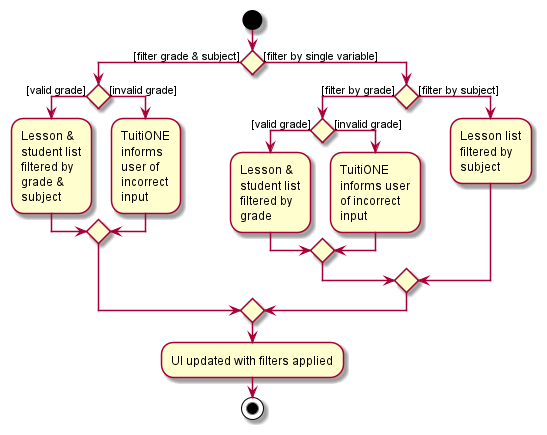
Above: docs/images/DeveloperGuideImage/FilterActivityDiagram.png in nus-cs2103-AY2122S1/tp (PlantUML), before the change.
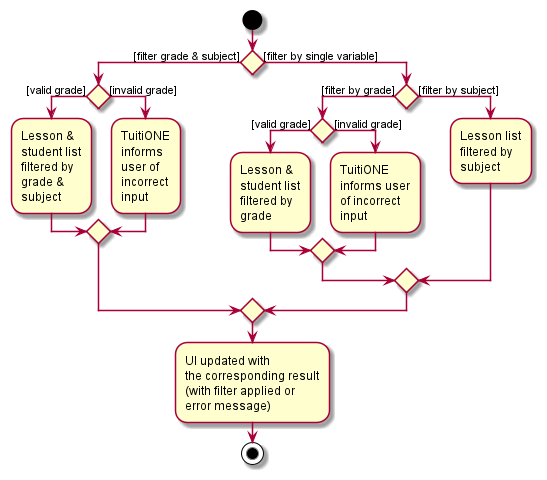
After the change.

Commit message:
Complete RosterActivityDiagram

The edit, as a diff of the source:
```diff
@@ -35,7 +35,10 @@
 
     endif
 endif
-:UI updated with filters applied;
+:UI updated with
+the corresponding result
+(with filter applied or
+error message);
 stop
 
 @enduml
```
